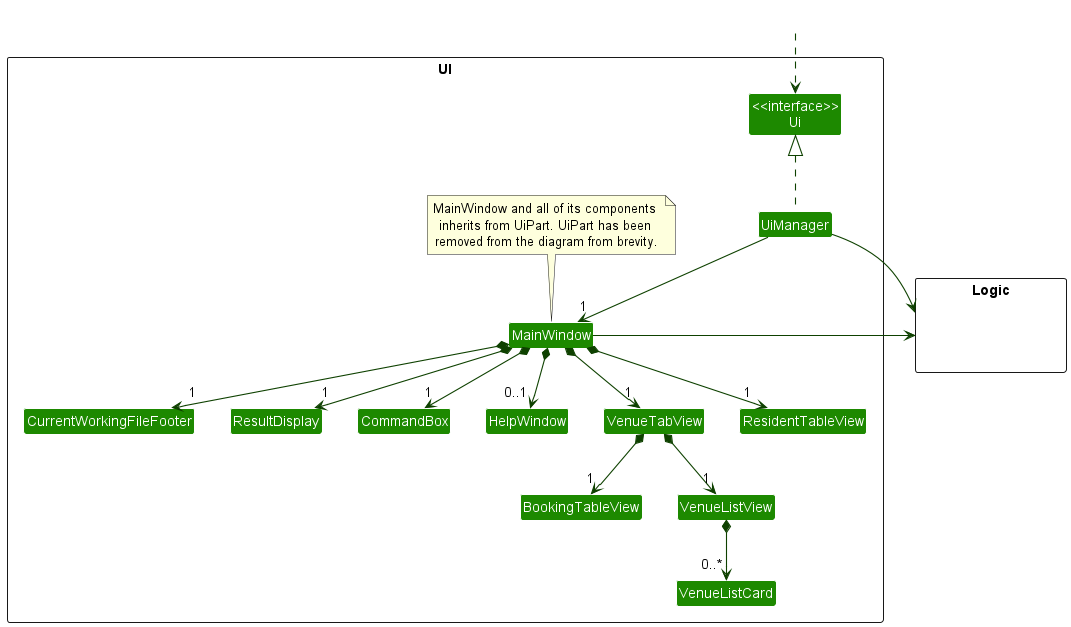
The PlantUML diagram docs/images/UiClassDiagram.png in nus-cs2103-AY2223S1/tp, before a commit.
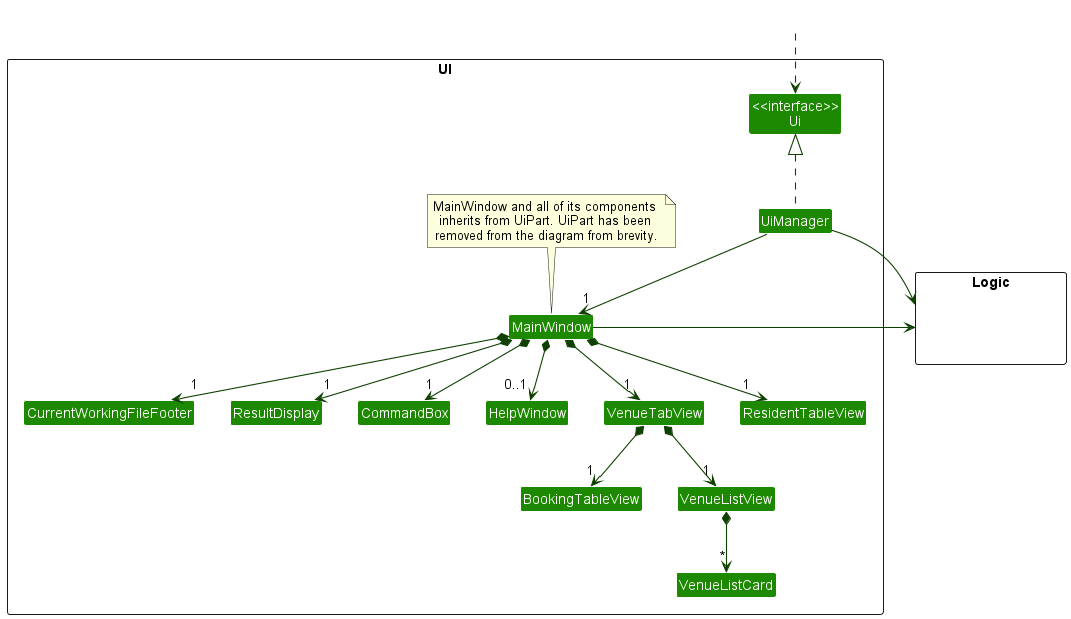
Later version of the same file.

The edit, as a diff of the source:
```diff
@@ -39,7 +39,7 @@
 
 VenueTabView *-down-> "1" BookingTableView
 VenueTabView *-down-> "1" VenueListView
-VenueListView *-down-> "0..*" VenueListCard
+VenueListView *-down-> "*" VenueListCard
 
 UiManager -right-> Logic
 MainWindow -right-> Logic
```
